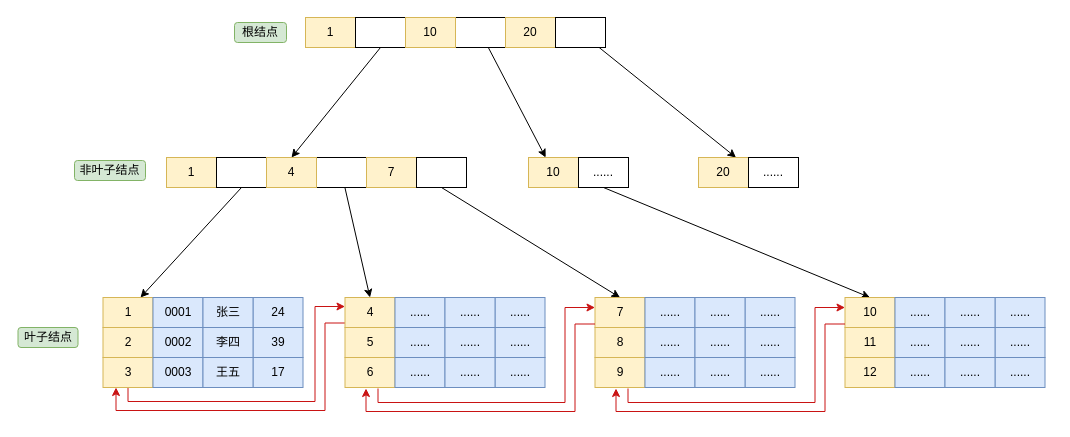
newbitwhite/draw-io keeps this draw.io diagram as Mysql之主键索引的B+树示意图.drawio. Above is the earlier version. Source tidied: cells renumbered, new cells numbered last; positions are measured from the earlier drawing's top-left corner, leaving out a move shared by most shapes. Both pictures are drawn from the tidied source at 100%, with x=0, y=0 at pixel (18, 17).
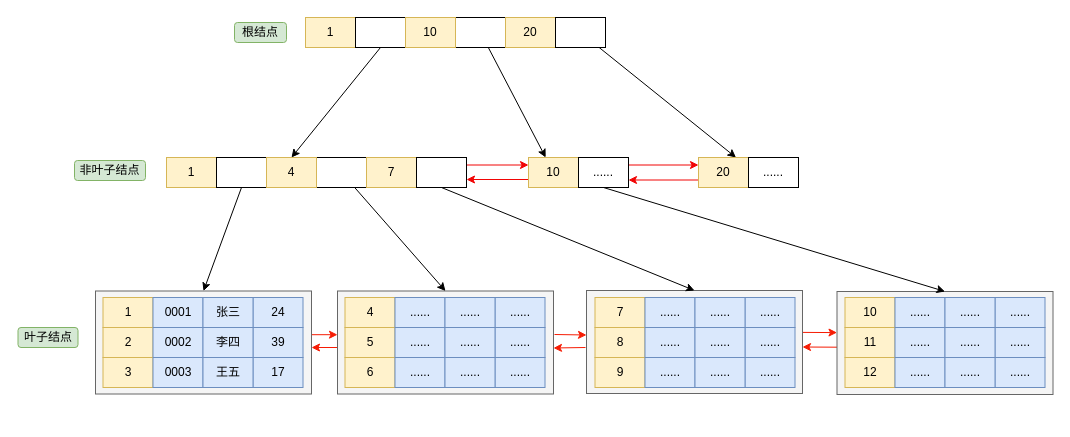
The same diagram, later.

Commit message (it also covers changes not shown here):
更新Mysql之主键索引的B+树示意图.drawio

The change refers to these unchanged cells:
```xml
<mxCell id="14" style="rounded=0;whiteSpace=wrap;html=1;" parent="1" vertex="1">
  <mxGeometry x="198" y="140" width="50" height="30" as="geometry" />
</mxCell>
<mxCell id="16" style="rounded=0;whiteSpace=wrap;html=1;" parent="1" vertex="1">
  <mxGeometry x="298" y="140" width="50" height="30" as="geometry" />
</mxCell>
<mxCell id="20" style="rounded=0;whiteSpace=wrap;html=1;" parent="1" vertex="1">
  <mxGeometry x="398" y="140" width="50" height="30" as="geometry" />
</mxCell>
<mxCell id="21" value="1" style="rounded=0;whiteSpace=wrap;html=1;fillColor=#fff2cc;strokeColor=#d6b656;" parent="1" vertex="1">
  <mxGeometry x="84.5" y="280" width="50" height="30" as="geometry" />
</mxCell>
<mxCell id="31" value="3" style="rounded=0;whiteSpace=wrap;html=1;fillColor=#fff2cc;strokeColor=#d6b656;" parent="1" vertex="1">
  <mxGeometry x="84.5" y="340" width="50" height="30" as="geometry" />
</mxCell>
<mxCell id="36" value="10" style="rounded=0;whiteSpace=wrap;html=1;fillColor=#fff2cc;strokeColor=#d6b656;" parent="1" vertex="1">
  <mxGeometry x="510" y="140" width="50" height="30" as="geometry" />
</mxCell>
<mxCell id="38" value="......" style="rounded=0;whiteSpace=wrap;html=1;" parent="1" vertex="1">
  <mxGeometry x="560" y="140" width="50" height="30" as="geometry" />
</mxCell>
<mxCell id="39" value="20" style="rounded=0;whiteSpace=wrap;html=1;fillColor=#fff2cc;strokeColor=#d6b656;" parent="1" vertex="1">
  <mxGeometry x="680" y="140" width="50" height="30" as="geometry" />
</mxCell>
<mxCell id="42" value="4" style="rounded=0;whiteSpace=wrap;html=1;fillColor=#fff2cc;strokeColor=#d6b656;" parent="1" vertex="1">
  <mxGeometry x="326.5" y="280" width="50" height="30" as="geometry" />
</mxCell>
<mxCell id="54" value="7" style="rounded=0;whiteSpace=wrap;html=1;fillColor=#fff2cc;strokeColor=#d6b656;" parent="1" vertex="1">
  <mxGeometry x="576.5" y="280" width="50" height="30" as="geometry" />
</mxCell>
<mxCell id="68" value="10" style="rounded=0;whiteSpace=wrap;html=1;fillColor=#fff2cc;strokeColor=#d6b656;" parent="1" vertex="1">
  <mxGeometry x="826.5" y="280" width="50" height="30" as="geometry" />
</mxCell>
```

The edit, as a diff of the source:
```diff
@@
+    <mxCell id="82" style="edgeStyle=none;rounded=0;orthogonalLoop=1;jettySize=auto;html=1;entryX=1;entryY=0.5;entryDx=0;entryDy=0;strokeColor=#f61c04;strokeWidth=1;" parent="1" edge="1">
+      <mxGeometry relative="1" as="geometry">
+        <mxPoint x="818.5" y="329.7" as="sourcePoint" />
+        <mxPoint x="784" y="329.5" as="targetPoint" />
+      </mxGeometry>
+    </mxCell>
+    <mxCell id="83" style="rounded=0;whiteSpace=wrap;html=1;fillColor=#f5f5f5;fontColor=#333333;strokeColor=#666666;" parent="1" vertex="1">
+      <mxGeometry x="818.5" y="274" width="216" height="103" as="geometry" />
+    </mxCell>
+    <mxCell id="84" style="edgeStyle=none;rounded=0;orthogonalLoop=1;jettySize=auto;html=1;strokeColor=#f61c04;strokeWidth=1;" parent="1" edge="1">
+      <mxGeometry relative="1" as="geometry">
+        <mxPoint x="784" y="314.9" as="sourcePoint" />
+        <mxPoint x="818.5" y="315.1" as="targetPoint" />
+      </mxGeometry>
+    </mxCell>
+    <mxCell id="85" style="rounded=0;whiteSpace=wrap;html=1;fillColor=#f5f5f5;fontColor=#333333;strokeColor=#666666;" parent="1" vertex="1">
+      <mxGeometry x="568" y="273" width="216" height="103" as="geometry" />
+    </mxCell>
+    <mxCell id="86" style="edgeStyle=none;rounded=0;orthogonalLoop=1;jettySize=auto;html=1;exitX=0;exitY=0.5;exitDx=0;exitDy=0;entryX=1;entryY=0.5;entryDx=0;entryDy=0;strokeColor=#f61c04;strokeWidth=1;" parent="1" edge="1">
+      <mxGeometry relative="1" as="geometry">
+        <mxPoint x="319" y="330" as="sourcePoint" />
+        <mxPoint x="293" y="330" as="targetPoint" />
+      </mxGeometry>
+    </mxCell>
+    <mxCell id="87" style="rounded=0;whiteSpace=wrap;html=1;fillColor=#f5f5f5;fontColor=#333333;strokeColor=#666666;" parent="1" vertex="1">
+      <mxGeometry x="319" y="273.5" width="216" height="103" as="geometry" />
+    </mxCell>
+    <mxCell id="88" style="edgeStyle=none;rounded=0;orthogonalLoop=1;jettySize=auto;html=1;exitX=1;exitY=0.25;exitDx=0;exitDy=0;entryX=0;entryY=0.25;entryDx=0;entryDy=0;strokeColor=#f61c04;strokeWidth=1;" parent="1" edge="1">
+      <mxGeometry relative="1" as="geometry">
+        <mxPoint x="293" y="317.2" as="sourcePoint" />
+        <mxPoint x="319" y="317.2" as="targetPoint" />
+      </mxGeometry>
+    </mxCell>
+    <mxCell id="89" style="rounded=0;whiteSpace=wrap;html=1;fillColor=#f5f5f5;fontColor=#333333;strokeColor=#666666;" parent="1" vertex="1">
+      <mxGeometry x="77" y="273.5" width="216" height="103" as="geometry" />
+    </mxCell>
@@
-    <mxCell id="13" style="edgeStyle=none;rounded=0;jettySize=auto;html=1;exitX=0.5;exitY=1;exitDx=0;exitDy=0;entryX=0.75;entryY=0;entryDx=0;entryDy=0;strokeWidth=1;" parent="1" edge="1" source="14" target="21">
+    <mxCell id="13" style="edgeStyle=none;rounded=0;jettySize=auto;html=1;exitX=0.5;exitY=1;exitDx=0;exitDy=0;entryX=0.5;entryY=0;entryDx=0;entryDy=0;strokeWidth=1;" parent="1" edge="1" source="14" target="89">
       <mxGeometry relative="1" as="geometry" />
     </mxCell>
@@
-    <mxCell id="15" style="edgeStyle=none;rounded=0;jettySize=auto;html=1;entryX=0.5;entryY=0;entryDx=0;entryDy=0;strokeWidth=1;" parent="1" edge="1" source="16" target="42">
+    <mxCell id="15" style="edgeStyle=none;rounded=0;jettySize=auto;html=1;entryX=0.5;entryY=0;entryDx=0;entryDy=0;strokeWidth=1;" parent="1" edge="1" source="16" target="87">
       <mxGeometry relative="1" as="geometry" />
     </mxCell>
@@
-    <mxCell id="19" style="edgeStyle=none;rounded=0;jettySize=auto;html=1;entryX=0.5;entryY=0;entryDx=0;entryDy=0;strokeWidth=1;exitX=0.5;exitY=1;exitDx=0;exitDy=0;" parent="1" edge="1" source="20" target="54">
+    <mxCell id="19" style="edgeStyle=none;rounded=0;jettySize=auto;html=1;entryX=0.5;entryY=0;entryDx=0;entryDy=0;strokeWidth=1;exitX=0.5;exitY=1;exitDx=0;exitDy=0;" parent="1" edge="1" source="20" target="85">
       <mxGeometry relative="1" as="geometry" />
     </mxCell>
+    <mxCell id="90" style="edgeStyle=none;rounded=0;jettySize=auto;html=1;exitX=1;exitY=0.25;exitDx=0;exitDy=0;entryX=0;entryY=0.25;entryDx=0;entryDy=0;strokeColor=#f10404;strokeWidth=1;" parent="1" edge="1" source="20" target="36">
+      <mxGeometry relative="1" as="geometry" />
+    </mxCell>
@@
-    <mxCell id="30" style="edgeStyle=orthogonalEdgeStyle;rounded=0;jettySize=auto;html=1;exitX=0.5;exitY=1;exitDx=0;exitDy=0;entryX=0;entryY=0.5;entryDx=0;entryDy=0;strokeWidth=1;strokeColor=#c91313;" parent="1" edge="1" source="31">
-      <mxGeometry relative="1" as="geometry">
-        <mxPoint x="326.5" y="289" as="targetPoint" />
-        <Array as="points">
-          <mxPoint x="109.5" y="384" />
-          <mxPoint x="296.5" y="384" />
-          <mxPoint x="296.5" y="289" />
-        </Array>
-      </mxGeometry>
-    </mxCell>
@@
+    <mxCell id="91" style="edgeStyle=none;rounded=0;orthogonalLoop=1;jettySize=auto;html=1;exitX=0;exitY=0.5;exitDx=0;exitDy=0;entryX=1;entryY=0.5;entryDx=0;entryDy=0;strokeColor=#f10404;strokeWidth=1;" parent="1" edge="1">
+      <mxGeometry relative="1" as="geometry">
+        <mxPoint x="510" y="162" as="sourcePoint" />
+        <mxPoint x="448" y="162" as="targetPoint" />
+      </mxGeometry>
+    </mxCell>
@@
-    <mxCell id="37" style="rounded=0;jettySize=auto;html=1;exitX=0.5;exitY=1;exitDx=0;exitDy=0;entryX=0.5;entryY=0;entryDx=0;entryDy=0;strokeColor=#000000;strokeWidth=1;" parent="1" edge="1" source="38" target="68">
+    <mxCell id="37" style="rounded=0;jettySize=auto;html=1;exitX=0.5;exitY=1;exitDx=0;exitDy=0;entryX=0.5;entryY=0;entryDx=0;entryDy=0;strokeColor=#000000;strokeWidth=1;" parent="1" edge="1" source="38" target="83">
       <mxGeometry relative="1" as="geometry" />
     </mxCell>
+    <mxCell id="92" style="edgeStyle=none;rounded=0;jettySize=auto;html=1;exitX=1;exitY=0.25;exitDx=0;exitDy=0;entryX=0;entryY=0.25;entryDx=0;entryDy=0;strokeColor=#f10404;strokeWidth=1;" parent="1" edge="1" source="38" target="39">
+      <mxGeometry relative="1" as="geometry" />
+    </mxCell>
@@
+    <mxCell id="93" style="edgeStyle=none;rounded=0;jettySize=auto;html=1;exitX=0;exitY=0.75;exitDx=0;exitDy=0;entryX=1;entryY=0.75;entryDx=0;entryDy=0;strokeColor=#f10404;strokeWidth=1;" parent="1" edge="1" source="39" target="38">
+      <mxGeometry relative="1" as="geometry" />
+    </mxCell>
@@
-    <mxCell id="41" style="edgeStyle=orthogonalEdgeStyle;rounded=0;orthogonalLoop=1;jettySize=auto;html=1;exitX=0;exitY=0.75;exitDx=0;exitDy=0;strokeWidth=1;strokeColor=#c91313;" parent="1" edge="1">
-      <mxGeometry relative="1" as="geometry">
-        <mxPoint x="326.5" y="305.5" as="sourcePoint" />
-        <mxPoint x="97.5" y="370" as="targetPoint" />
-        <Array as="points">
-          <mxPoint x="306.5" y="306" />
-          <mxPoint x="306.5" y="393" />
-          <mxPoint x="97.5" y="393" />
-        </Array>
-      </mxGeometry>
-    </mxCell>
@@
-    <mxCell id="66" style="edgeStyle=orthogonalEdgeStyle;rounded=0;orthogonalLoop=1;jettySize=auto;html=1;exitX=0;exitY=0.75;exitDx=0;exitDy=0;strokeWidth=1;strokeColor=#c91313;" parent="1" edge="1">
-      <mxGeometry relative="1" as="geometry">
-        <mxPoint x="576.5" y="306.5" as="sourcePoint" />
-        <mxPoint x="347.5" y="371" as="targetPoint" />
-        <Array as="points">
-          <mxPoint x="556.5" y="307" />
-          <mxPoint x="556.5" y="394" />
-          <mxPoint x="347.5" y="394" />
-        </Array>
-      </mxGeometry>
-    </mxCell>
-    <mxCell id="67" style="edgeStyle=orthogonalEdgeStyle;rounded=0;orthogonalLoop=1;jettySize=auto;html=1;exitX=0.5;exitY=1;exitDx=0;exitDy=0;entryX=0;entryY=0.5;entryDx=0;entryDy=0;strokeWidth=1;strokeColor=#c91313;" parent="1" edge="1">
-      <mxGeometry relative="1" as="geometry">
-        <mxPoint x="359.5" y="371" as="sourcePoint" />
-        <mxPoint x="576.5" y="290" as="targetPoint" />
-        <Array as="points">
-          <mxPoint x="359.5" y="385" />
-          <mxPoint x="546.5" y="385" />
-          <mxPoint x="546.5" y="290" />
-        </Array>
-      </mxGeometry>
-    </mxCell>
@@
-    <mxCell id="80" style="edgeStyle=orthogonalEdgeStyle;rounded=0;orthogonalLoop=1;jettySize=auto;html=1;exitX=0;exitY=0.75;exitDx=0;exitDy=0;strokeWidth=1;strokeColor=#c91313;" parent="1" edge="1">
-      <mxGeometry relative="1" as="geometry">
-        <mxPoint x="826.5" y="306.5" as="sourcePoint" />
-        <mxPoint x="597.5" y="371" as="targetPoint" />
-        <Array as="points">
-          <mxPoint x="806.5" y="307" />
-          <mxPoint x="806.5" y="394" />
-          <mxPoint x="597.5" y="394" />
-        </Array>
-      </mxGeometry>
-    </mxCell>
-    <mxCell id="81" style="edgeStyle=orthogonalEdgeStyle;rounded=0;orthogonalLoop=1;jettySize=auto;html=1;exitX=0.5;exitY=1;exitDx=0;exitDy=0;entryX=0;entryY=0.5;entryDx=0;entryDy=0;strokeWidth=1;strokeColor=#c91313;" parent="1" edge="1">
-      <mxGeometry relative="1" as="geometry">
-        <mxPoint x="609.5" y="371" as="sourcePoint" />
-        <mxPoint x="826.5" y="290" as="targetPoint" />
-        <Array as="points">
-          <mxPoint x="609.5" y="385" />
-          <mxPoint x="796.5" y="385" />
-          <mxPoint x="796.5" y="290" />
-        </Array>
-      </mxGeometry>
-    </mxCell>
+    <mxCell id="94" style="edgeStyle=none;rounded=0;orthogonalLoop=1;jettySize=auto;html=1;exitX=0;exitY=0.5;exitDx=0;exitDy=0;entryX=1;entryY=0.602;entryDx=0;entryDy=0;strokeColor=#f61c04;strokeWidth=1;entryPerimeter=0;" parent="1" edge="1">
+      <mxGeometry relative="1" as="geometry">
+        <mxPoint x="567" y="330" as="sourcePoint" />
+        <mxPoint x="535" y="330.5" as="targetPoint" />
+      </mxGeometry>
+    </mxCell>
+    <mxCell id="95" style="edgeStyle=none;rounded=0;orthogonalLoop=1;jettySize=auto;html=1;strokeColor=#f61c04;strokeWidth=1;entryX=0;entryY=0.354;entryDx=0;entryDy=0;entryPerimeter=0;" parent="1" edge="1">
+      <mxGeometry relative="1" as="geometry">
+        <mxPoint x="536" y="317" as="sourcePoint" />
+        <mxPoint x="568" y="317.5" as="targetPoint" />
+      </mxGeometry>
+    </mxCell>
```
